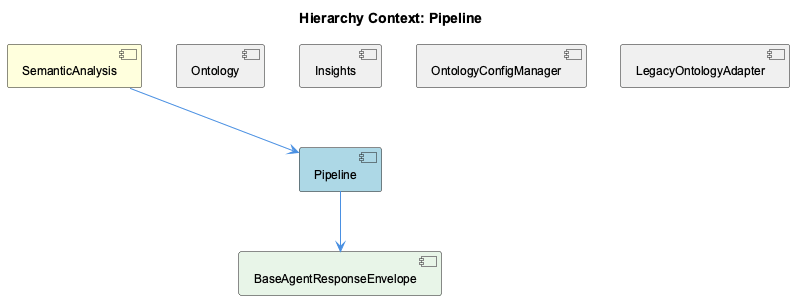
fwornle/coding keeps this PlantUML diagram as knowledge-management/insights/images/pipeline-relationship.png. Above is the earlier version.
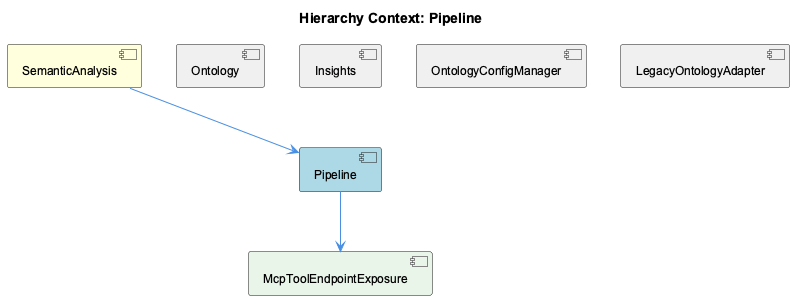
After the change.

Diff of the diagram source:
```diff
@@ -9,13 +9,13 @@
 [Insights] as insights #F0F0F0
 [OntologyConfigManager] as ontology_config_manager #F0F0F0
 [LegacyOntologyAdapter] as legacy_ontology_adapter #F0F0F0
-[BaseAgentResponseEnvelope] as base_agent_response_envelope #E8F5E8
+[McpToolEndpointExposure] as mcp_tool_endpoint_exposure #E8F5E8
 
 semantic_analysis --> pipeline
 ontology -[hidden]- pipeline
 insights -[hidden]- pipeline
 ontology_config_manager -[hidden]- pipeline
 legacy_ontology_adapter -[hidden]- pipeline
-pipeline --> base_agent_response_envelope
+pipeline --> mcp_tool_endpoint_exposure
 
 @enduml
```
